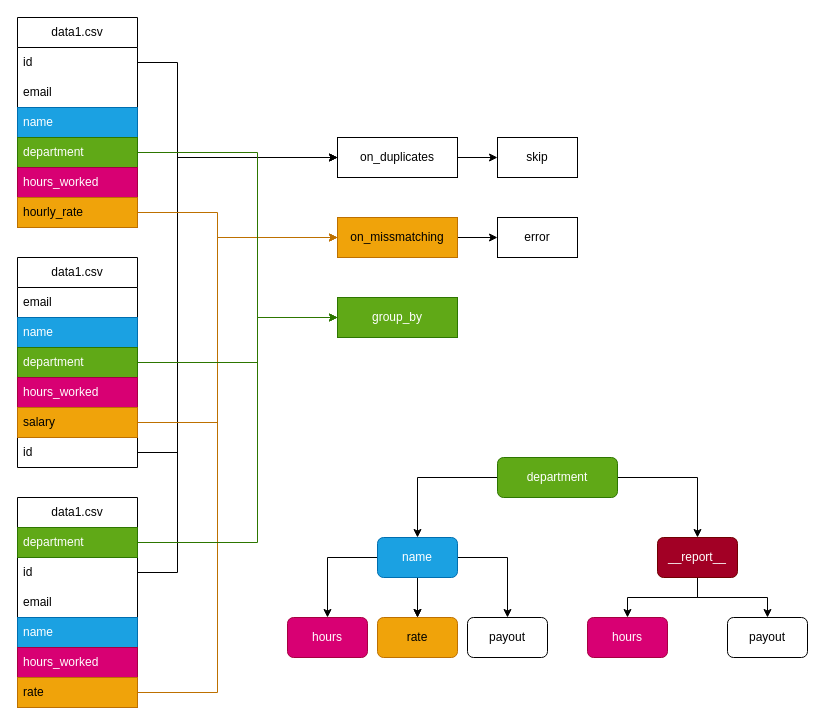
The draw.io diagram data/Diagram.drawio in ames0k0/TT--Python--Calculate-employee-salaries, before the edit. Source tidied: cells renumbered, new cells numbered last; positions are measured from the earlier drawing's top-left corner, leaving out a move shared by most shapes. Both pictures are drawn from the tidied source at 100%, with x=0, y=0 at pixel (17, 17).
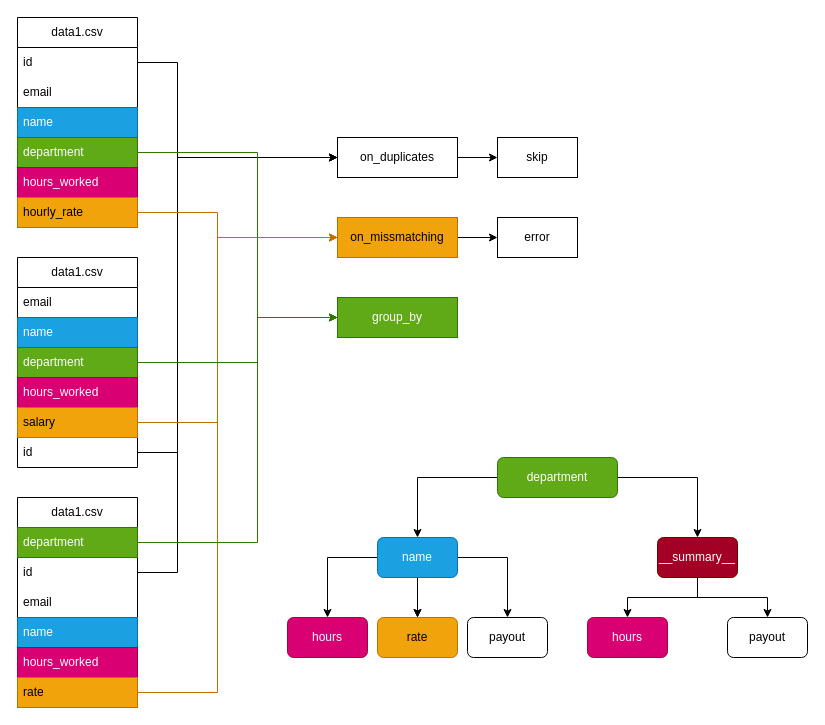
The same page after the edit.

What changed in the source:
```diff
@@
-    <mxCell id="36" value="__report__" style="whiteSpace=wrap;html=1;fillColor=#a20025;strokeColor=#6F0000;fontColor=#ffffff;rounded=1;" parent="1" vertex="1">
+    <mxCell id="36" value="__summary__" style="whiteSpace=wrap;html=1;fillColor=#a20025;strokeColor=#6F0000;fontColor=#ffffff;rounded=1;" parent="1" vertex="1">
       <mxGeometry x="640" y="520" width="80" height="40" as="geometry" />
     </mxCell>
```
